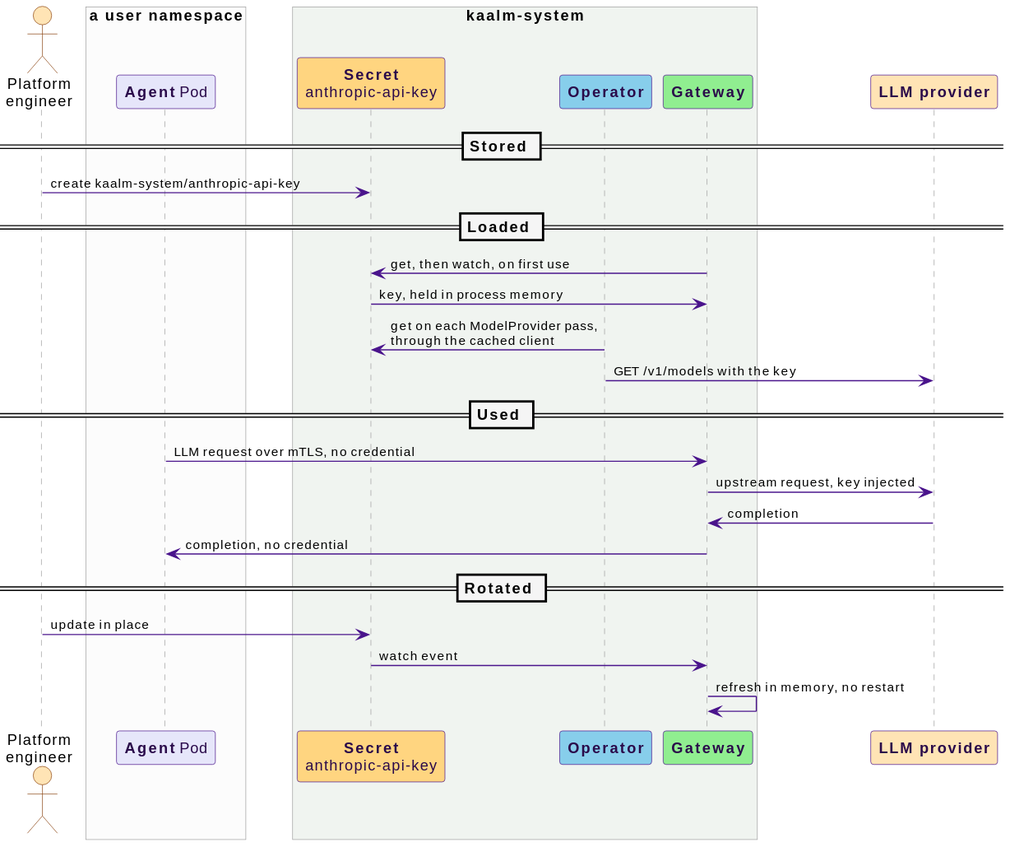
win07xp/kaalm keeps this PlantUML diagram as docs/src/diagrams/llm-key-lifecycle.svg. Above is the earlier version.
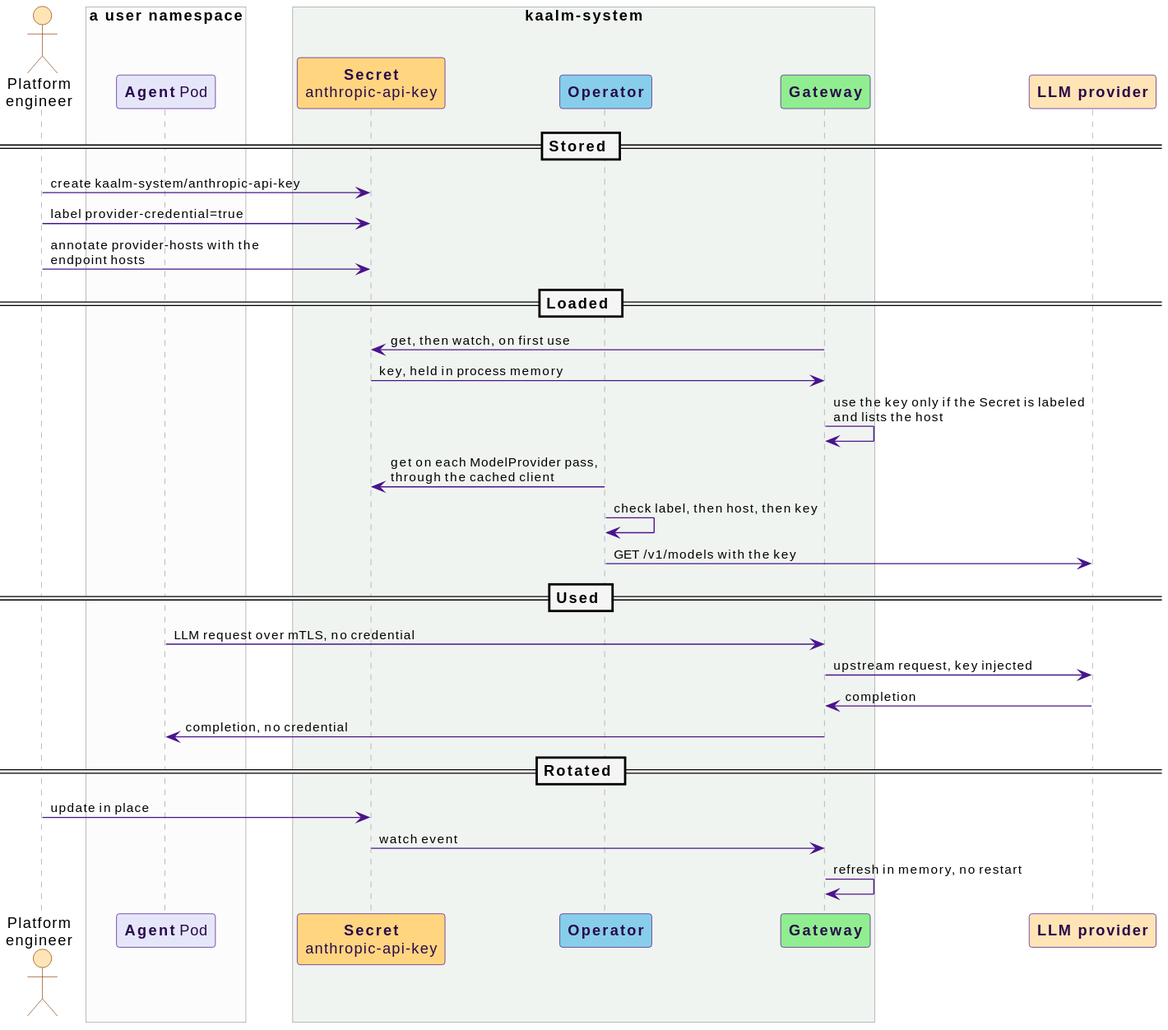
Later version of the same file.

What changed in the source:
```diff
@@ -13,10 +13,14 @@
 participant "**LLM provider**" as LLM #FFE4B5
 == Stored ==
 PE -> SEC : create kaalm-system/anthropic-api-key
+PE -> SEC : label provider-credential=true
+PE -> SEC : annotate provider-hosts with the endpoint hosts
 == Loaded ==
 GW -> SEC : get, then watch, on first use
 SEC -> GW : key, held in process memory
+GW -> GW : use the key only if the Secret is labeled and lists the host
 OP -> SEC : get on each ModelProvider pass, through the cached client
+OP -> OP : check label, then host, then key
 OP -> LLM : GET /v1/models with the key
 == Used ==
 AG -> GW : LLM request over mTLS, no credential
```
